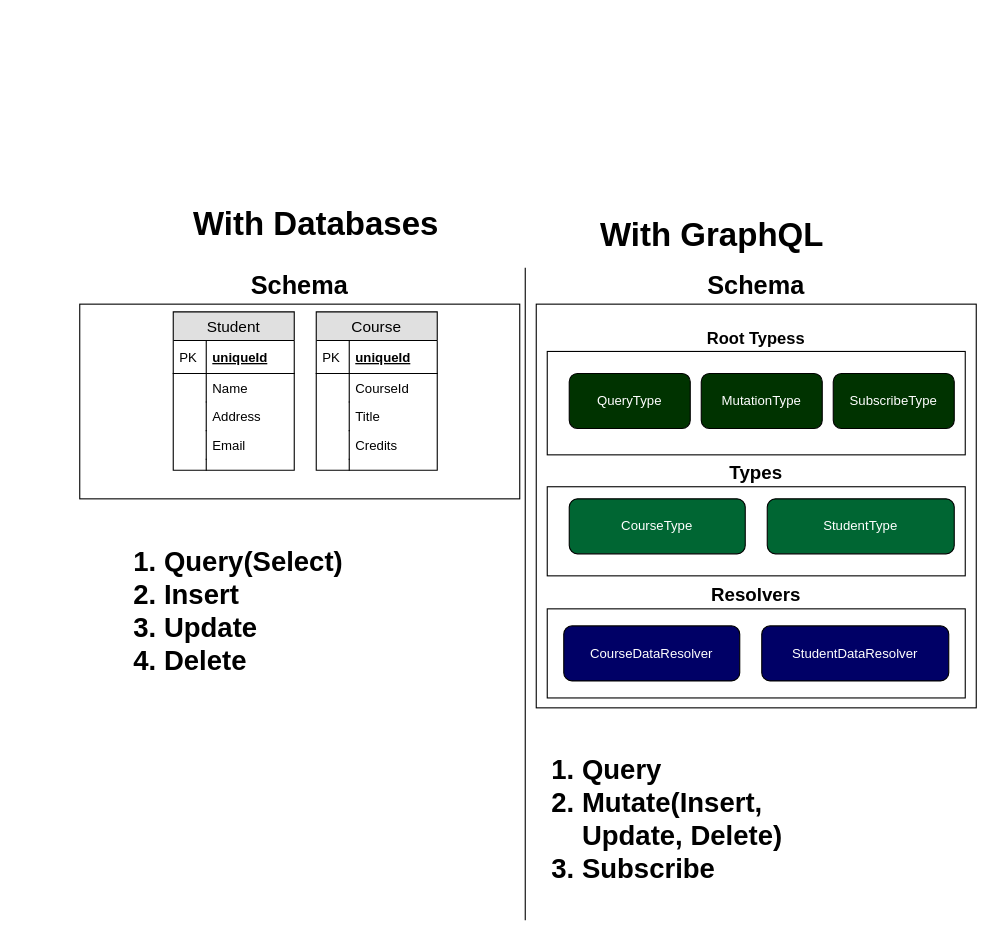
This is Images/What-DatabaseAndGraphQL.drawio from clakmalk/GraphQLwithASPNETCore, a draw.io file, before an edit. Source tidied: cells renumbered, new cells numbered last; positions are measured from the earlier drawing's top-left corner, leaving out a move shared by most shapes. Both pictures are drawn from the tidied source at 110%, with x=0, y=0 at pixel (79, 201).
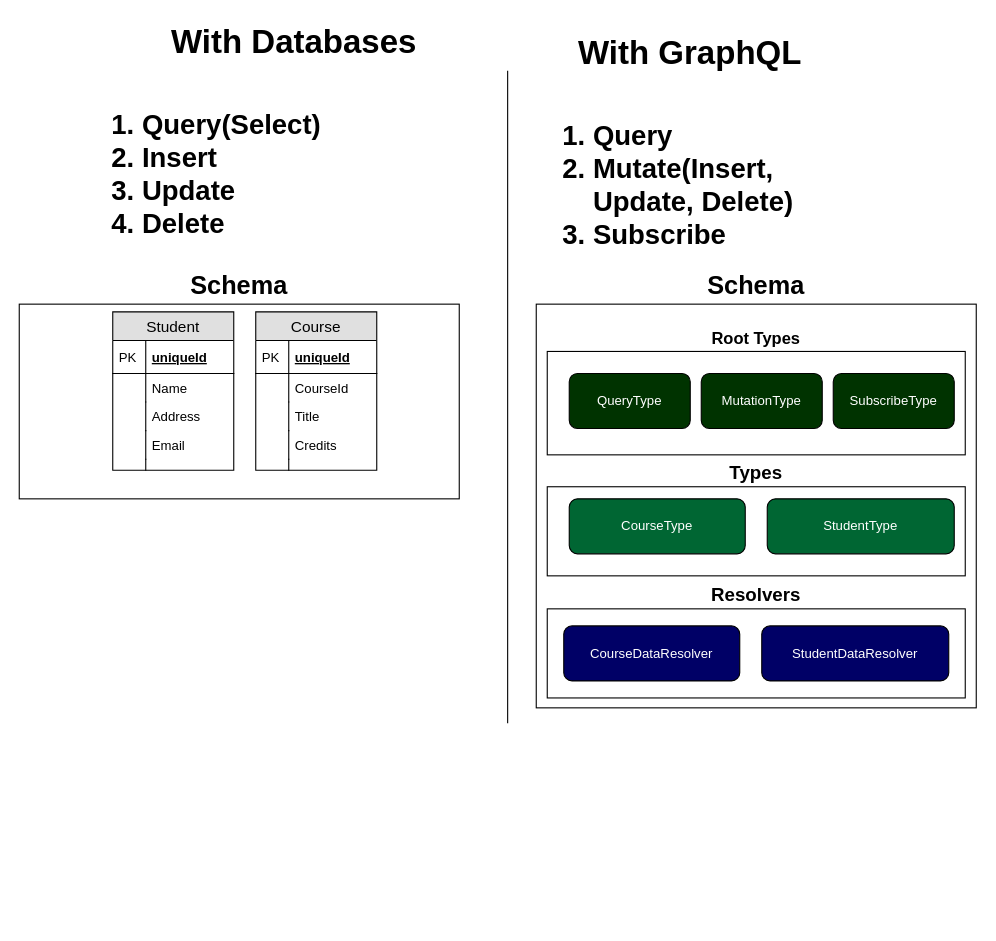
After the change.

Diff of the diagram source:
```diff
@@
     <mxCell id="2" value="&lt;font style=&quot;font-size: 23px&quot;&gt;&lt;b&gt;Schema&lt;/b&gt;&lt;/font&gt;" style="rounded=0;whiteSpace=wrap;html=1;labelPosition=center;verticalLabelPosition=top;align=center;verticalAlign=bottom;" parent="1" vertex="1">
-      <mxGeometry y="93" width="400" height="177" as="geometry" />
+      <mxGeometry x="-55" y="93" width="400" height="177" as="geometry" />
     </mxCell>
@@
     <mxCell id="4" value="Student" style="swimlane;fontStyle=0;horizontal=1;startSize=26;fillColor=#e0e0e0;swimlaneFillColor=#ffffff;align=center;fontSize=14;" parent="1" vertex="1">
-      <mxGeometry x="85" y="100" width="110" height="144" as="geometry" />
+      <mxGeometry x="30" y="100" width="110" height="144" as="geometry" />
     </mxCell>
@@
     <mxCell id="15" value="Course" style="swimlane;fontStyle=0;horizontal=1;startSize=26;fillColor=#e0e0e0;swimlaneFillColor=#ffffff;align=center;fontSize=14;" parent="1" vertex="1">
-      <mxGeometry x="215" y="100" width="110" height="144" as="geometry" />
+      <mxGeometry x="160" y="100" width="110" height="144" as="geometry" />
     </mxCell>
@@
     <mxCell id="26" style="endArrow=none;html=1;" parent="1" edge="1">
       <mxGeometry relative="1" as="geometry">
-        <mxPoint x="405" y="653.2" as="sourcePoint" />
-        <mxPoint x="405" y="60" as="targetPoint" />
+        <mxPoint x="389" y="474" as="sourcePoint" />
+        <mxPoint x="389" y="-119.2" as="targetPoint" />
       </mxGeometry>
     </mxCell>
     <mxCell id="27" value="&lt;ol style=&quot;font-size: 25px&quot;&gt;&lt;li&gt;Query(Select)&lt;/li&gt;&lt;li&gt;Insert&lt;/li&gt;&lt;li&gt;Update&lt;/li&gt;&lt;li&gt;Delete&amp;nbsp;&lt;/li&gt;&lt;/ol&gt;" style="text;html=1;strokeColor=none;fillColor=none;align=left;verticalAlign=middle;whiteSpace=wrap;rounded=0;fontStyle=1;fontSize=35;" parent="1" vertex="1">
-      <mxGeometry x="35" y="291" width="290" height="160" as="geometry" />
+      <mxGeometry x="15" y="-106" width="290" height="160" as="geometry" />
     </mxCell>
     <mxCell id="28" value="&lt;b&gt;&lt;font style=&quot;font-size: 30px&quot;&gt;With Databases&lt;/font&gt;&lt;/b&gt;" style="text;html=1;strokeColor=none;fillColor=none;align=center;verticalAlign=middle;whiteSpace=wrap;rounded=0;" parent="1" vertex="1">
-      <mxGeometry x="65" width="300" height="40" as="geometry" />
+      <mxGeometry x="45" y="-166" width="300" height="40" as="geometry" />
     </mxCell>
     <mxCell id="29" value="&lt;b&gt;&lt;font style=&quot;font-size: 30px&quot;&gt;With GraphQL&lt;/font&gt;&lt;/b&gt;" style="text;html=1;strokeColor=none;fillColor=none;align=center;verticalAlign=middle;whiteSpace=wrap;rounded=0;" parent="1" vertex="1">
-      <mxGeometry x="425" y="10" width="300" height="40" as="geometry" />
+      <mxGeometry x="405" y="-156" width="300" height="40" as="geometry" />
     </mxCell>
-    <mxCell id="30" value="&lt;b&gt;&lt;font style=&quot;font-size: 15px&quot;&gt;Root Typess&lt;/font&gt;&lt;/b&gt;" style="rounded=0;whiteSpace=wrap;html=1;labelPosition=center;verticalLabelPosition=top;align=center;verticalAlign=bottom;" parent="1" vertex="1">
+    <mxCell id="30" value="&lt;b&gt;&lt;font style=&quot;font-size: 15px&quot;&gt;Root Types&lt;/font&gt;&lt;/b&gt;" style="rounded=0;whiteSpace=wrap;html=1;labelPosition=center;verticalLabelPosition=top;align=center;verticalAlign=bottom;" parent="1" vertex="1">
       <mxGeometry x="425" y="136" width="380" height="94" as="geometry" />
     </mxCell>
@@
     <mxCell id="40" value="&lt;ol style=&quot;font-size: 25px&quot;&gt;&lt;li&gt;Query&lt;/li&gt;&lt;li&gt;Mutate(Insert, Update, Delete)&lt;/li&gt;&lt;li&gt;Subscribe&lt;/li&gt;&lt;/ol&gt;" style="text;html=1;strokeColor=none;fillColor=none;align=left;verticalAlign=middle;whiteSpace=wrap;rounded=0;fontStyle=1;fontSize=35;" parent="1" vertex="1">
-      <mxGeometry x="415" y="480" width="290" height="160" as="geometry" />
+      <mxGeometry x="425" y="-96" width="290" height="160" as="geometry" />
     </mxCell>
```
